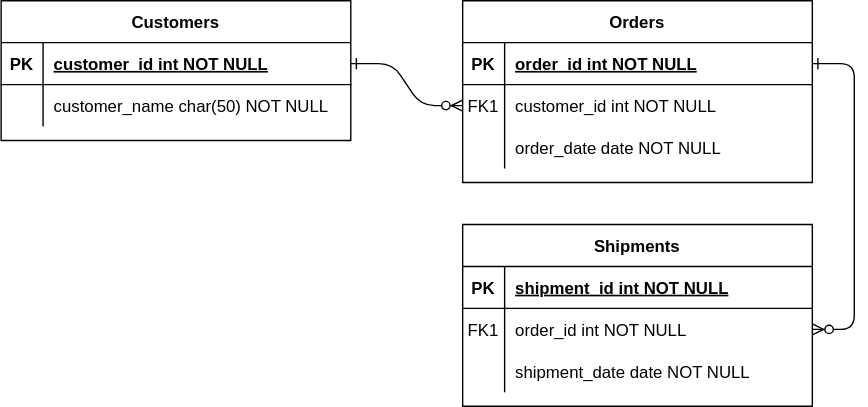
This is document/project-board-ERD.drawio.svg from byeong-chang/project-board, a draw.io export, as it was before one commit. Source tidied: cells renumbered, new cells last; positions are measured from the earlier drawing's top-left corner, leaving out a move shared by most shapes. Its diagram source:
```xml
<mxGraphModel>
  <root>
    <mxCell id="0" />
    <mxCell id="1" parent="0" />
    <mxCell id="2" style="edgeStyle=entityRelationEdgeStyle;endArrow=ERzeroToMany;startArrow=ERone;endFill=1;startFill=0;" parent="1" edge="1" source="25" target="8">
      <mxGeometry relative="1" as="geometry" />
    </mxCell>
    <mxCell id="3" style="edgeStyle=entityRelationEdgeStyle;endArrow=ERzeroToMany;startArrow=ERone;endFill=1;startFill=0;" parent="1" edge="1" source="5" target="18">
      <mxGeometry relative="1" as="geometry" />
    </mxCell>
    <mxCell id="4" value="Orders" style="shape=table;startSize=30;rowLines=0;fontStyle=1;align=center;" parent="1" vertex="1">
      <mxGeometry x="330" width="250" height="130" as="geometry" />
    </mxCell>
    <mxCell id="5" style="shape=partialRectangle;fillColor=none;points=[[0,0.5],[1,0.5]];portConstraint=eastwest;top=0;left=0;right=0;bottom=1;" parent="4" vertex="1">
      <mxGeometry y="30" width="250" height="30" as="geometry" />
    </mxCell>
    <mxCell id="6" value="PK" style="shape=partialRectangle;overflow=hidden;fillColor=none;top=0;left=0;bottom=0;right=0;fontStyle=1;" parent="5" vertex="1">
      <mxGeometry width="30" height="30" as="geometry" />
    </mxCell>
    <mxCell id="7" value="order_id int NOT NULL " style="shape=partialRectangle;overflow=hidden;fillColor=none;top=0;left=0;bottom=0;right=0;align=left;spacingLeft=6;fontStyle=5;" parent="5" vertex="1">
      <mxGeometry x="30" width="220" height="30" as="geometry" />
    </mxCell>
    <mxCell id="8" style="shape=partialRectangle;fillColor=none;points=[[0,0.5],[1,0.5]];portConstraint=eastwest;top=0;left=0;right=0;bottom=0;" parent="4" vertex="1">
      <mxGeometry y="60" width="250" height="30" as="geometry" />
    </mxCell>
    <mxCell id="9" value="FK1" style="shape=partialRectangle;overflow=hidden;fillColor=none;top=0;left=0;bottom=0;right=0;" parent="8" vertex="1">
      <mxGeometry width="30" height="30" as="geometry" />
    </mxCell>
    <mxCell id="10" value="customer_id int NOT NULL" style="shape=partialRectangle;overflow=hidden;fillColor=none;top=0;left=0;bottom=0;right=0;align=left;spacingLeft=6;" parent="8" vertex="1">
      <mxGeometry x="30" width="220" height="30" as="geometry" />
    </mxCell>
    <mxCell id="11" style="shape=partialRectangle;fillColor=none;top=0;left=0;right=0;bottom=0;" parent="4" vertex="1">
      <mxGeometry y="90" width="250" height="30" as="geometry" />
    </mxCell>
    <mxCell id="12" style="shape=partialRectangle;overflow=hidden;fillColor=none;top=0;left=0;bottom=0;right=0;" parent="11" vertex="1">
      <mxGeometry width="30" height="30" as="geometry" />
    </mxCell>
    <mxCell id="13" value="order_date date NOT NULL" style="shape=partialRectangle;overflow=hidden;fillColor=none;top=0;left=0;bottom=0;right=0;align=left;spacingLeft=6;" parent="11" vertex="1">
      <mxGeometry x="30" width="220" height="30" as="geometry" />
    </mxCell>
    <mxCell id="14" value="Shipments" style="shape=table;startSize=30;rowLines=0;fontStyle=1;align=center;" parent="1" vertex="1">
      <mxGeometry x="330" y="160" width="250" height="130" as="geometry" />
    </mxCell>
    <mxCell id="15" style="shape=partialRectangle;fillColor=none;top=0;left=0;right=0;bottom=1;" parent="14" vertex="1">
      <mxGeometry y="30" width="250" height="30" as="geometry" />
    </mxCell>
    <mxCell id="16" value="PK" style="shape=partialRectangle;overflow=hidden;fillColor=none;top=0;left=0;bottom=0;right=0;fontStyle=1;" parent="15" vertex="1">
      <mxGeometry width="30" height="30" as="geometry" />
    </mxCell>
    <mxCell id="17" value="shipment_id int NOT NULL " style="shape=partialRectangle;overflow=hidden;fillColor=none;top=0;left=0;bottom=0;right=0;align=left;spacingLeft=6;fontStyle=5;" parent="15" vertex="1">
      <mxGeometry x="30" width="220" height="30" as="geometry" />
    </mxCell>
    <mxCell id="18" style="shape=partialRectangle;fillColor=none;points=[[0,0.5],[1,0.5]];portConstraint=eastwest;top=0;left=0;right=0;bottom=0;" parent="14" vertex="1">
      <mxGeometry y="60" width="250" height="30" as="geometry" />
    </mxCell>
    <mxCell id="19" value="FK1" style="shape=partialRectangle;overflow=hidden;fillColor=none;top=0;left=0;bottom=0;right=0;" parent="18" vertex="1">
      <mxGeometry width="30" height="30" as="geometry" />
    </mxCell>
    <mxCell id="20" value="order_id int NOT NULL" style="shape=partialRectangle;overflow=hidden;fillColor=none;top=0;left=0;bottom=0;right=0;align=left;spacingLeft=6;" parent="18" vertex="1">
      <mxGeometry x="30" width="220" height="30" as="geometry" />
    </mxCell>
    <mxCell id="21" style="shape=partialRectangle;fillColor=none;top=0;left=0;right=0;bottom=0;" parent="14" vertex="1">
      <mxGeometry y="90" width="250" height="30" as="geometry" />
    </mxCell>
    <mxCell id="22" style="shape=partialRectangle;overflow=hidden;fillColor=none;top=0;left=0;bottom=0;right=0;" parent="21" vertex="1">
      <mxGeometry width="30" height="30" as="geometry" />
    </mxCell>
    <mxCell id="23" value="shipment_date date NOT NULL" style="shape=partialRectangle;overflow=hidden;fillColor=none;top=0;left=0;bottom=0;right=0;align=left;spacingLeft=6;" parent="21" vertex="1">
      <mxGeometry x="30" width="220" height="30" as="geometry" />
    </mxCell>
    <mxCell id="24" value="Customers" style="shape=table;startSize=30;rowLines=0;fontStyle=1;align=center;" parent="1" vertex="1">
      <mxGeometry width="250" height="100" as="geometry" />
    </mxCell>
    <mxCell id="25" style="shape=partialRectangle;fillColor=none;points=[[0,0.5],[1,0.5]];portConstraint=eastwest;top=0;left=0;right=0;bottom=1;" parent="24" vertex="1">
      <mxGeometry y="30" width="250" height="30" as="geometry" />
    </mxCell>
    <mxCell id="26" value="PK" style="shape=partialRectangle;overflow=hidden;fillColor=none;top=0;left=0;bottom=0;right=0;fontStyle=1;" parent="25" vertex="1">
      <mxGeometry width="30" height="30" as="geometry" />
    </mxCell>
    <mxCell id="27" value="customer_id int NOT NULL " style="shape=partialRectangle;overflow=hidden;fillColor=none;top=0;left=0;bottom=0;right=0;align=left;spacingLeft=6;fontStyle=5;" parent="25" vertex="1">
      <mxGeometry x="30" width="220" height="30" as="geometry" />
    </mxCell>
    <mxCell id="28" style="shape=partialRectangle;fillColor=none;top=0;left=0;right=0;bottom=0;" parent="24" vertex="1">
      <mxGeometry y="60" width="250" height="30" as="geometry" />
    </mxCell>
    <mxCell id="29" style="shape=partialRectangle;overflow=hidden;fillColor=none;top=0;left=0;bottom=0;right=0;" parent="28" vertex="1">
      <mxGeometry width="30" height="30" as="geometry" />
    </mxCell>
    <mxCell id="30" value="customer_name char(50) NOT NULL" style="shape=partialRectangle;overflow=hidden;fillColor=none;top=0;left=0;bottom=0;right=0;align=left;spacingLeft=6;" parent="28" vertex="1">
      <mxGeometry x="30" width="220" height="30" as="geometry" />
    </mxCell>
  </root>
</mxGraphModel>
```
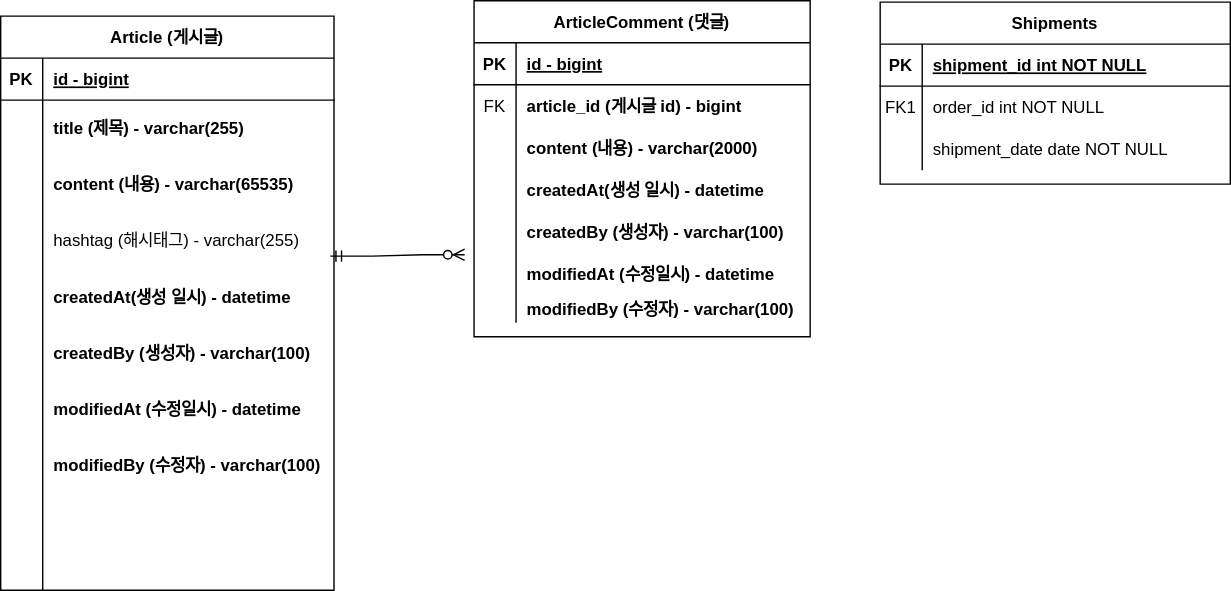
Above is the later version.

Diff of the diagram source:
```diff
@@ -2,44 +2,74 @@
   <root>
     <mxCell id="0" />
     <mxCell id="1" parent="0" />
-    <mxCell id="2" style="edgeStyle=entityRelationEdgeStyle;endArrow=ERzeroToMany;startArrow=ERone;endFill=1;startFill=0;" parent="1" edge="1" source="25" target="8">
-      <mxGeometry relative="1" as="geometry" />
-    </mxCell>
-    <mxCell id="3" style="edgeStyle=entityRelationEdgeStyle;endArrow=ERzeroToMany;startArrow=ERone;endFill=1;startFill=0;" parent="1" edge="1" source="5" target="18">
-      <mxGeometry relative="1" as="geometry" />
-    </mxCell>
-    <mxCell id="4" value="Orders" style="shape=table;startSize=30;rowLines=0;fontStyle=1;align=center;" parent="1" vertex="1">
-      <mxGeometry x="330" width="250" height="130" as="geometry" />
+    <mxCell id="4" value="ArticleComment (댓글)" style="shape=table;startSize=30;rowLines=0;fontStyle=1;align=center;" parent="1" vertex="1">
+      <mxGeometry x="220" y="-71" width="240" height="240" as="geometry" />
     </mxCell>
     <mxCell id="5" style="shape=partialRectangle;fillColor=none;points=[[0,0.5],[1,0.5]];portConstraint=eastwest;top=0;left=0;right=0;bottom=1;" parent="4" vertex="1">
-      <mxGeometry y="30" width="250" height="30" as="geometry" />
+      <mxGeometry y="30" width="240" height="30" as="geometry" />
     </mxCell>
     <mxCell id="6" value="PK" style="shape=partialRectangle;overflow=hidden;fillColor=none;top=0;left=0;bottom=0;right=0;fontStyle=1;" parent="5" vertex="1">
       <mxGeometry width="30" height="30" as="geometry" />
     </mxCell>
-    <mxCell id="7" value="order_id int NOT NULL " style="shape=partialRectangle;overflow=hidden;fillColor=none;top=0;left=0;bottom=0;right=0;align=left;spacingLeft=6;fontStyle=5;" parent="5" vertex="1">
-      <mxGeometry x="30" width="220" height="30" as="geometry" />
+    <mxCell id="7" value="id - bigint" style="shape=partialRectangle;overflow=hidden;fillColor=none;top=0;left=0;bottom=0;right=0;align=left;spacingLeft=6;fontStyle=5;" parent="5" vertex="1">
+      <mxGeometry x="30" width="210" height="30" as="geometry" />
     </mxCell>
     <mxCell id="8" style="shape=partialRectangle;fillColor=none;points=[[0,0.5],[1,0.5]];portConstraint=eastwest;top=0;left=0;right=0;bottom=0;" parent="4" vertex="1">
-      <mxGeometry y="60" width="250" height="30" as="geometry" />
+      <mxGeometry y="60" width="240" height="30" as="geometry" />
     </mxCell>
-    <mxCell id="9" value="FK1" style="shape=partialRectangle;overflow=hidden;fillColor=none;top=0;left=0;bottom=0;right=0;" parent="8" vertex="1">
+    <mxCell id="9" value="FK" style="shape=partialRectangle;overflow=hidden;fillColor=none;top=0;left=0;bottom=0;right=0;" parent="8" vertex="1">
       <mxGeometry width="30" height="30" as="geometry" />
     </mxCell>
-    <mxCell id="10" value="customer_id int NOT NULL" style="shape=partialRectangle;overflow=hidden;fillColor=none;top=0;left=0;bottom=0;right=0;align=left;spacingLeft=6;" parent="8" vertex="1">
-      <mxGeometry x="30" width="220" height="30" as="geometry" />
+    <mxCell id="10" value="article_id (게시글 id) - bigint" style="shape=partialRectangle;overflow=hidden;fillColor=none;top=0;left=0;bottom=0;right=0;align=left;spacingLeft=6;fontStyle=1;" parent="8" vertex="1">
+      <mxGeometry x="30" width="210" height="30" as="geometry" />
     </mxCell>
     <mxCell id="11" style="shape=partialRectangle;fillColor=none;top=0;left=0;right=0;bottom=0;" parent="4" vertex="1">
-      <mxGeometry y="90" width="250" height="30" as="geometry" />
+      <mxGeometry y="90" width="240" height="30" as="geometry" />
     </mxCell>
     <mxCell id="12" style="shape=partialRectangle;overflow=hidden;fillColor=none;top=0;left=0;bottom=0;right=0;" parent="11" vertex="1">
       <mxGeometry width="30" height="30" as="geometry" />
     </mxCell>
-    <mxCell id="13" value="order_date date NOT NULL" style="shape=partialRectangle;overflow=hidden;fillColor=none;top=0;left=0;bottom=0;right=0;align=left;spacingLeft=6;" parent="11" vertex="1">
-      <mxGeometry x="30" width="220" height="30" as="geometry" />
+    <mxCell id="13" value="content (내용) - varchar(2000)" style="shape=partialRectangle;overflow=hidden;fillColor=none;top=0;left=0;bottom=0;right=0;align=left;spacingLeft=6;fontStyle=1;" parent="11" vertex="1">
+      <mxGeometry x="30" width="210" height="30" as="geometry" />
     </mxCell>
+    <mxCell id="31" style="shape=partialRectangle;fillColor=none;top=0;left=0;right=0;bottom=0;" parent="4" vertex="1">
+      <mxGeometry y="120" width="240" height="30" as="geometry" />
+    </mxCell>
+    <mxCell id="32" style="shape=partialRectangle;overflow=hidden;fillColor=none;top=0;left=0;bottom=0;right=0;" parent="31" vertex="1">
+      <mxGeometry width="30" height="30" as="geometry" />
+    </mxCell>
+    <mxCell id="33" value="createdAt(생성 일시) - datetime" style="shape=partialRectangle;overflow=hidden;fillColor=none;top=0;left=0;bottom=0;right=0;align=left;spacingLeft=6;fontStyle=1;" parent="31" vertex="1">
+      <mxGeometry x="30" width="210" height="30" as="geometry" />
+    </mxCell>
+    <mxCell id="34" style="shape=partialRectangle;fillColor=none;points=[[0,0.5],[1,0.5]];portConstraint=eastwest;top=0;left=0;right=0;bottom=0;" parent="4" vertex="1">
+      <mxGeometry y="150" width="240" height="30" as="geometry" />
+    </mxCell>
+    <mxCell id="35" style="shape=partialRectangle;overflow=hidden;fillColor=none;top=0;left=0;bottom=0;right=0;" parent="34" vertex="1">
+      <mxGeometry width="30" height="30" as="geometry" />
+    </mxCell>
+    <mxCell id="36" value="createdBy (생성자) - varchar(100)" style="shape=partialRectangle;overflow=hidden;fillColor=none;top=0;left=0;bottom=0;right=0;align=left;spacingLeft=6;fontStyle=1;" parent="34" vertex="1">
+      <mxGeometry x="30" width="210" height="30" as="geometry" />
+    </mxCell>
+    <mxCell id="37" style="shape=partialRectangle;fillColor=none;top=0;left=0;right=0;bottom=0;" parent="4" vertex="1">
+      <mxGeometry y="180" width="240" height="30" as="geometry" />
+    </mxCell>
+    <mxCell id="38" style="shape=partialRectangle;overflow=hidden;fillColor=none;top=0;left=0;bottom=0;right=0;" parent="37" vertex="1">
+      <mxGeometry width="30" height="30" as="geometry" />
+    </mxCell>
+    <mxCell id="39" value="modifiedAt (수정일시) - datetime" style="shape=partialRectangle;overflow=hidden;fillColor=none;top=0;left=0;bottom=0;right=0;align=left;spacingLeft=6;fontStyle=1;" parent="37" vertex="1">
+      <mxGeometry x="30" width="210" height="30" as="geometry" />
+    </mxCell>
+    <mxCell id="40" style="shape=partialRectangle;fillColor=none;top=0;left=0;right=0;bottom=0;" parent="4" vertex="1">
+      <mxGeometry y="210" width="240" height="20" as="geometry" />
+    </mxCell>
+    <mxCell id="41" style="shape=partialRectangle;overflow=hidden;fillColor=none;top=0;left=0;bottom=0;right=0;" parent="40" vertex="1">
+      <mxGeometry width="30" height="20" as="geometry" />
+    </mxCell>
+    <mxCell id="42" value="modifiedBy (수정자) - varchar(100)" style="shape=partialRectangle;overflow=hidden;fillColor=none;top=0;left=0;bottom=0;right=0;align=left;spacingLeft=6;fontStyle=1;" parent="40" vertex="1">
+      <mxGeometry x="30" width="210" height="20" as="geometry" />
+    </mxCell>
     <mxCell id="14" value="Shipments" style="shape=table;startSize=30;rowLines=0;fontStyle=1;align=center;" parent="1" vertex="1">
-      <mxGeometry x="330" y="160" width="250" height="130" as="geometry" />
+      <mxGeometry x="510" y="-70" width="250" height="130" as="geometry" />
     </mxCell>
     <mxCell id="15" style="shape=partialRectangle;fillColor=none;top=0;left=0;right=0;bottom=1;" parent="14" vertex="1">
       <mxGeometry y="30" width="250" height="30" as="geometry" />
@@ -68,26 +98,101 @@
     <mxCell id="23" value="shipment_date date NOT NULL" style="shape=partialRectangle;overflow=hidden;fillColor=none;top=0;left=0;bottom=0;right=0;align=left;spacingLeft=6;" parent="21" vertex="1">
       <mxGeometry x="30" width="220" height="30" as="geometry" />
     </mxCell>
-    <mxCell id="24" value="Customers" style="shape=table;startSize=30;rowLines=0;fontStyle=1;align=center;" parent="1" vertex="1">
-      <mxGeometry width="250" height="100" as="geometry" />
+    <mxCell id="24" value="Article (게시글)" style="shape=table;startSize=30;rowLines=0;fontStyle=1;align=center;" parent="1" vertex="1">
+      <mxGeometry x="-118" y="-60" width="238" height="410" as="geometry" />
     </mxCell>
     <mxCell id="25" style="shape=partialRectangle;fillColor=none;points=[[0,0.5],[1,0.5]];portConstraint=eastwest;top=0;left=0;right=0;bottom=1;" parent="24" vertex="1">
-      <mxGeometry y="30" width="250" height="30" as="geometry" />
+      <mxGeometry y="30" width="238" height="30" as="geometry" />
     </mxCell>
     <mxCell id="26" value="PK" style="shape=partialRectangle;overflow=hidden;fillColor=none;top=0;left=0;bottom=0;right=0;fontStyle=1;" parent="25" vertex="1">
       <mxGeometry width="30" height="30" as="geometry" />
     </mxCell>
-    <mxCell id="27" value="customer_id int NOT NULL " style="shape=partialRectangle;overflow=hidden;fillColor=none;top=0;left=0;bottom=0;right=0;align=left;spacingLeft=6;fontStyle=5;" parent="25" vertex="1">
-      <mxGeometry x="30" width="220" height="30" as="geometry" />
+    <mxCell id="27" value="id - bigint" style="shape=partialRectangle;overflow=hidden;fillColor=none;top=0;left=0;bottom=0;right=0;align=left;spacingLeft=6;fontStyle=5;" parent="25" vertex="1">
+      <mxGeometry x="30" width="208" height="30" as="geometry" />
     </mxCell>
     <mxCell id="28" style="shape=partialRectangle;fillColor=none;top=0;left=0;right=0;bottom=0;" parent="24" vertex="1">
-      <mxGeometry y="60" width="250" height="30" as="geometry" />
+      <mxGeometry y="60" width="238" height="40" as="geometry" />
     </mxCell>
     <mxCell id="29" style="shape=partialRectangle;overflow=hidden;fillColor=none;top=0;left=0;bottom=0;right=0;" parent="28" vertex="1">
-      <mxGeometry width="30" height="30" as="geometry" />
+      <mxGeometry width="30" height="40" as="geometry" />
     </mxCell>
-    <mxCell id="30" value="customer_name char(50) NOT NULL" style="shape=partialRectangle;overflow=hidden;fillColor=none;top=0;left=0;bottom=0;right=0;align=left;spacingLeft=6;" parent="28" vertex="1">
-      <mxGeometry x="30" width="220" height="30" as="geometry" />
+    <mxCell id="30" value="title (제목) - varchar(255)" style="shape=partialRectangle;overflow=hidden;fillColor=none;top=0;left=0;bottom=0;right=0;align=left;spacingLeft=6;fontStyle=1;" parent="28" vertex="1">
+      <mxGeometry x="30" width="208" height="40" as="geometry" />
     </mxCell>
+    <mxCell id="43" style="shape=partialRectangle;fillColor=none;top=0;left=0;right=0;bottom=0;" parent="24" vertex="1">
+      <mxGeometry y="100" width="238" height="40" as="geometry" />
+    </mxCell>
+    <mxCell id="44" style="shape=partialRectangle;overflow=hidden;fillColor=none;top=0;left=0;bottom=0;right=0;" parent="43" vertex="1">
+      <mxGeometry width="30" height="40" as="geometry" />
+    </mxCell>
+    <mxCell id="45" value="content (내용) - varchar(65535)" style="shape=partialRectangle;overflow=hidden;fillColor=none;top=0;left=0;bottom=0;right=0;align=left;spacingLeft=6;fontStyle=1;" parent="43" vertex="1">
+      <mxGeometry x="30" width="208" height="40" as="geometry" />
+    </mxCell>
+    <mxCell id="46" style="shape=partialRectangle;fillColor=none;points=[[0,0.5],[1,0.5]];portConstraint=eastwest;top=0;left=0;right=0;bottom=0;" parent="24" vertex="1">
+      <mxGeometry y="140" width="238" height="40" as="geometry" />
+    </mxCell>
+    <mxCell id="47" style="shape=partialRectangle;overflow=hidden;fillColor=none;top=0;left=0;bottom=0;right=0;" parent="46" vertex="1">
+      <mxGeometry width="30" height="40" as="geometry" />
+    </mxCell>
+    <mxCell id="48" value="hashtag (해시태그) - varchar(255)" style="shape=partialRectangle;overflow=hidden;fillColor=none;top=0;left=0;bottom=0;right=0;align=left;spacingLeft=6;" parent="46" vertex="1">
+      <mxGeometry x="30" width="208" height="40" as="geometry" />
+    </mxCell>
+    <mxCell id="49" style="shape=partialRectangle;fillColor=none;top=0;left=0;right=0;bottom=0;" parent="24" vertex="1">
+      <mxGeometry y="180" width="238" height="40" as="geometry" />
+    </mxCell>
+    <mxCell id="50" style="shape=partialRectangle;overflow=hidden;fillColor=none;top=0;left=0;bottom=0;right=0;" parent="49" vertex="1">
+      <mxGeometry width="30" height="40" as="geometry" />
+    </mxCell>
+    <mxCell id="51" value="createdAt(생성 일시) - datetime" style="shape=partialRectangle;overflow=hidden;fillColor=none;top=0;left=0;bottom=0;right=0;align=left;spacingLeft=6;fontStyle=1;" parent="49" vertex="1">
+      <mxGeometry x="30" width="208" height="40" as="geometry" />
+    </mxCell>
+    <mxCell id="52" style="shape=partialRectangle;fillColor=none;top=0;left=0;right=0;bottom=0;" parent="24" vertex="1">
+      <mxGeometry y="220" width="238" height="40" as="geometry" />
+    </mxCell>
+    <mxCell id="53" style="shape=partialRectangle;overflow=hidden;fillColor=none;top=0;left=0;bottom=0;right=0;" parent="52" vertex="1">
+      <mxGeometry width="30" height="40" as="geometry" />
+    </mxCell>
+    <mxCell id="54" value="createdBy (생성자) - varchar(100)" style="shape=partialRectangle;overflow=hidden;fillColor=none;top=0;left=0;bottom=0;right=0;align=left;spacingLeft=6;fontStyle=1;" parent="52" vertex="1">
+      <mxGeometry x="30" width="208" height="40" as="geometry" />
+    </mxCell>
+    <mxCell id="55" style="shape=partialRectangle;fillColor=none;top=0;left=0;right=0;bottom=0;" parent="24" vertex="1">
+      <mxGeometry y="260" width="238" height="40" as="geometry" />
+    </mxCell>
+    <mxCell id="56" style="shape=partialRectangle;overflow=hidden;fillColor=none;top=0;left=0;bottom=0;right=0;" parent="55" vertex="1">
+      <mxGeometry width="30" height="40" as="geometry" />
+    </mxCell>
+    <mxCell id="57" value="modifiedAt (수정일시) - datetime" style="shape=partialRectangle;overflow=hidden;fillColor=none;top=0;left=0;bottom=0;right=0;align=left;spacingLeft=6;fontStyle=1;" parent="55" vertex="1">
+      <mxGeometry x="30" width="208" height="40" as="geometry" />
+    </mxCell>
+    <mxCell id="58" style="shape=partialRectangle;fillColor=none;top=0;left=0;right=0;bottom=0;" parent="24" vertex="1">
+      <mxGeometry y="300" width="238" height="40" as="geometry" />
+    </mxCell>
+    <mxCell id="59" style="shape=partialRectangle;overflow=hidden;fillColor=none;top=0;left=0;bottom=0;right=0;" parent="58" vertex="1">
+      <mxGeometry width="30" height="40" as="geometry" />
+    </mxCell>
+    <mxCell id="60" value="modifiedBy (수정자) - varchar(100)" style="shape=partialRectangle;overflow=hidden;fillColor=none;top=0;left=0;bottom=0;right=0;align=left;spacingLeft=6;fontStyle=1;" parent="58" vertex="1">
+      <mxGeometry x="30" width="208" height="40" as="geometry" />
+    </mxCell>
+    <mxCell id="61" style="shape=partialRectangle;fillColor=none;top=0;left=0;right=0;bottom=0;" parent="24" vertex="1">
+      <mxGeometry y="340" width="238" height="30" as="geometry" />
+    </mxCell>
+    <mxCell id="62" style="shape=partialRectangle;overflow=hidden;fillColor=none;top=0;left=0;bottom=0;right=0;" parent="61" vertex="1">
+      <mxGeometry width="30" height="30" as="geometry" />
+    </mxCell>
+    <mxCell id="63" style="shape=partialRectangle;overflow=hidden;fillColor=none;top=0;left=0;bottom=0;right=0;align=left;spacingLeft=6;" parent="61" vertex="1">
+      <mxGeometry x="30" width="208" height="30" as="geometry" />
+    </mxCell>
+    <mxCell id="64" style="shape=partialRectangle;fillColor=none;top=0;left=0;right=0;bottom=0;" parent="24" vertex="1">
+      <mxGeometry y="370" width="238" height="40" as="geometry" />
+    </mxCell>
+    <mxCell id="65" style="shape=partialRectangle;overflow=hidden;fillColor=none;top=0;left=0;bottom=0;right=0;" parent="64" vertex="1">
+      <mxGeometry width="30" height="40" as="geometry" />
+    </mxCell>
+    <mxCell id="66" style="shape=partialRectangle;overflow=hidden;fillColor=none;top=0;left=0;bottom=0;right=0;align=left;spacingLeft=6;fontStyle=1;" parent="64" vertex="1">
+      <mxGeometry x="30" width="208" height="40" as="geometry" />
+    </mxCell>
+    <mxCell id="67" style="edgeStyle=entityRelationEdgeStyle;fontSize=12;html=1;endArrow=ERzeroToMany;startArrow=ERmandOne;rounded=0;exitX=0.989;exitY=0.785;exitDx=0;exitDy=0;exitPerimeter=0;entryX=-0.028;entryY=1.047;entryDx=0;entryDy=0;entryPerimeter=0;" parent="1" edge="1" source="46" target="34">
+      <mxGeometry relative="1" as="geometry" />
+    </mxCell>
   </root>
 </mxGraphModel>
```
